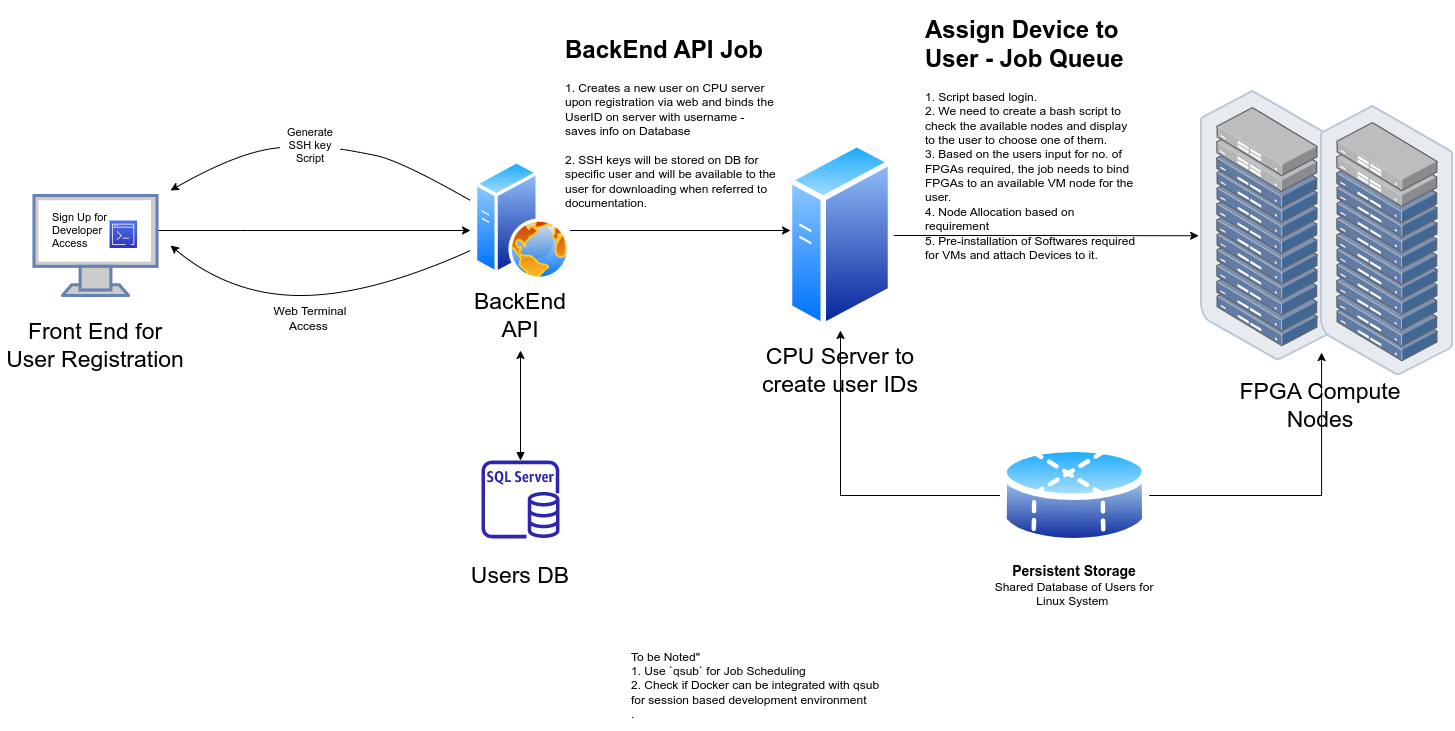
Before: Intel DevCloud Flow.drawio.png, a diagram exported from draw.io (belanasaikiran/FlowCharts). Source tidied: cells renumbered, new cells last; positions are measured from the earlier drawing's top-left corner, leaving out a move shared by most shapes.
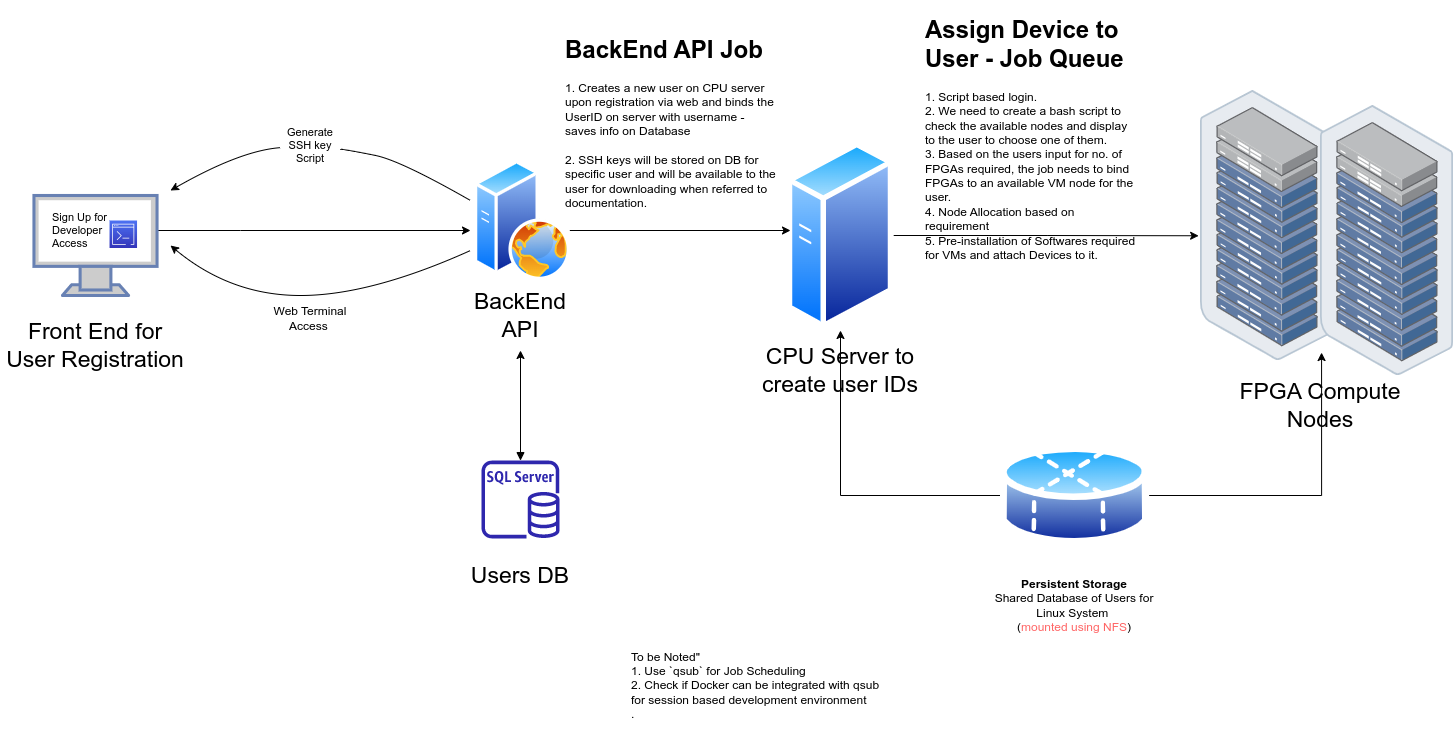
Above is the later version.

Change to the diagram source:
```diff
@@ -132,8 +132,8 @@
     <mxCell id="34" style="perimeter=ellipsePerimeter;html=1;align=center;shadow=0;dashed=0;spacingTop=3;image;image=img/lib/active_directory/database_partition_4.svg;" parent="1" vertex="1">
       <mxGeometry x="1000" y="430" width="148.7" height="110" as="geometry" />
     </mxCell>
-    <mxCell id="35" value="&lt;b&gt;&lt;font style=&quot;font-size: 14px;&quot;&gt;Persistent Storage&lt;/font&gt;&lt;/b&gt;&lt;br&gt;Shared Database of Users for Linux System&amp;nbsp;" style="text;html=1;strokeColor=none;fillColor=none;align=center;verticalAlign=middle;whiteSpace=wrap;rounded=0;" parent="1" vertex="1">
-      <mxGeometry x="984.3" y="560" width="180" height="30" as="geometry" />
+    <mxCell id="35" value="&lt;b&gt;Persistent Storage&lt;/b&gt;&lt;br&gt;Shared Database of Users for Linux System&amp;nbsp;&lt;br&gt;(&lt;font color=&quot;#ff6666&quot;&gt;mounted using NFS&lt;/font&gt;)" style="text;html=1;strokeColor=none;fillColor=none;align=center;verticalAlign=middle;whiteSpace=wrap;rounded=0;" parent="1" vertex="1">
+      <mxGeometry x="984.3" y="560" width="180" height="70" as="geometry" />
     </mxCell>
   </root>
 </mxGraphModel>
```
